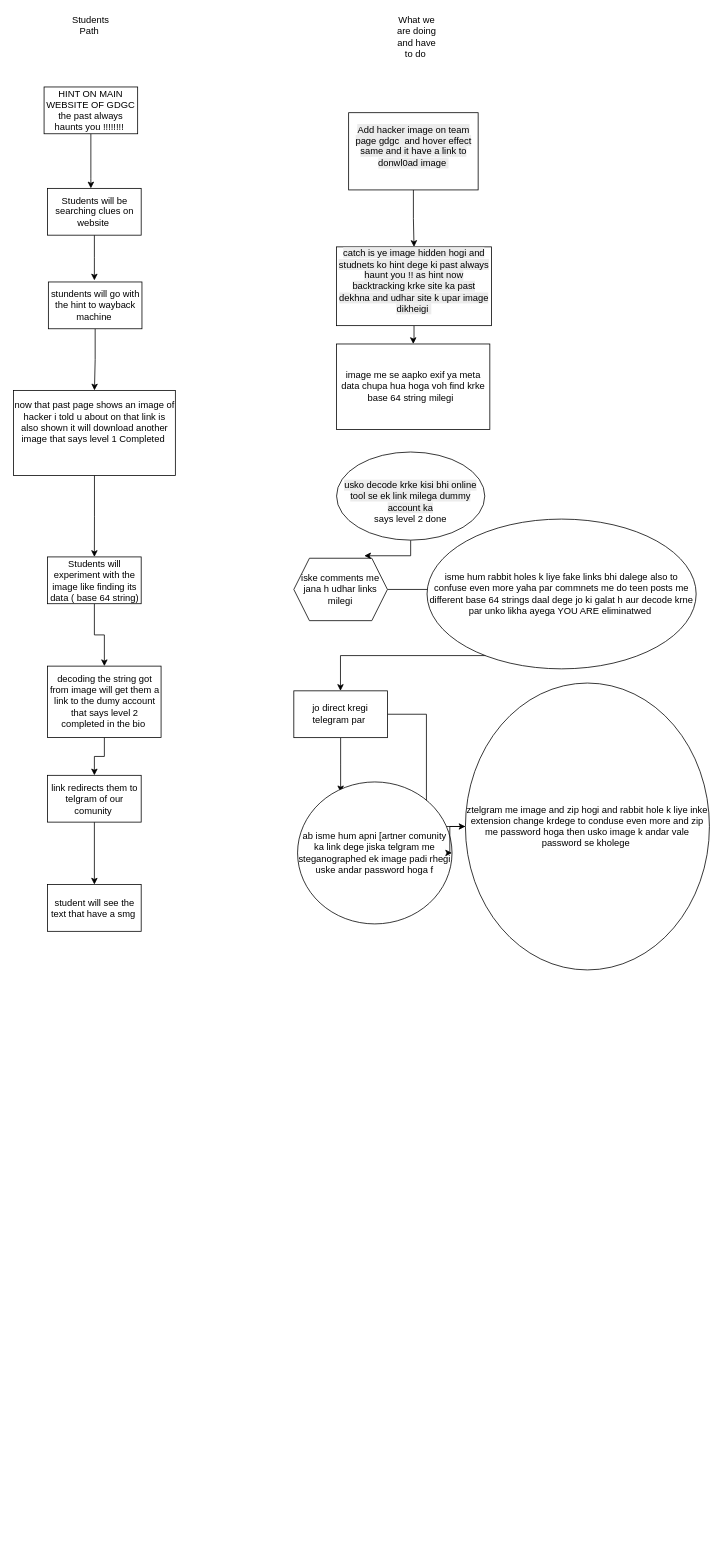
The draw.io diagram Ctf.drawio in utkarshcse2026/SWE-Lab-Sem6-, before the edit. Source tidied: cells renumbered, new cells numbered last; positions are measured from the earlier drawing's top-left corner, leaving out a move shared by most shapes. Both pictures are drawn from the tidied source at 78%, with x=0, y=0 at pixel (13, 13).
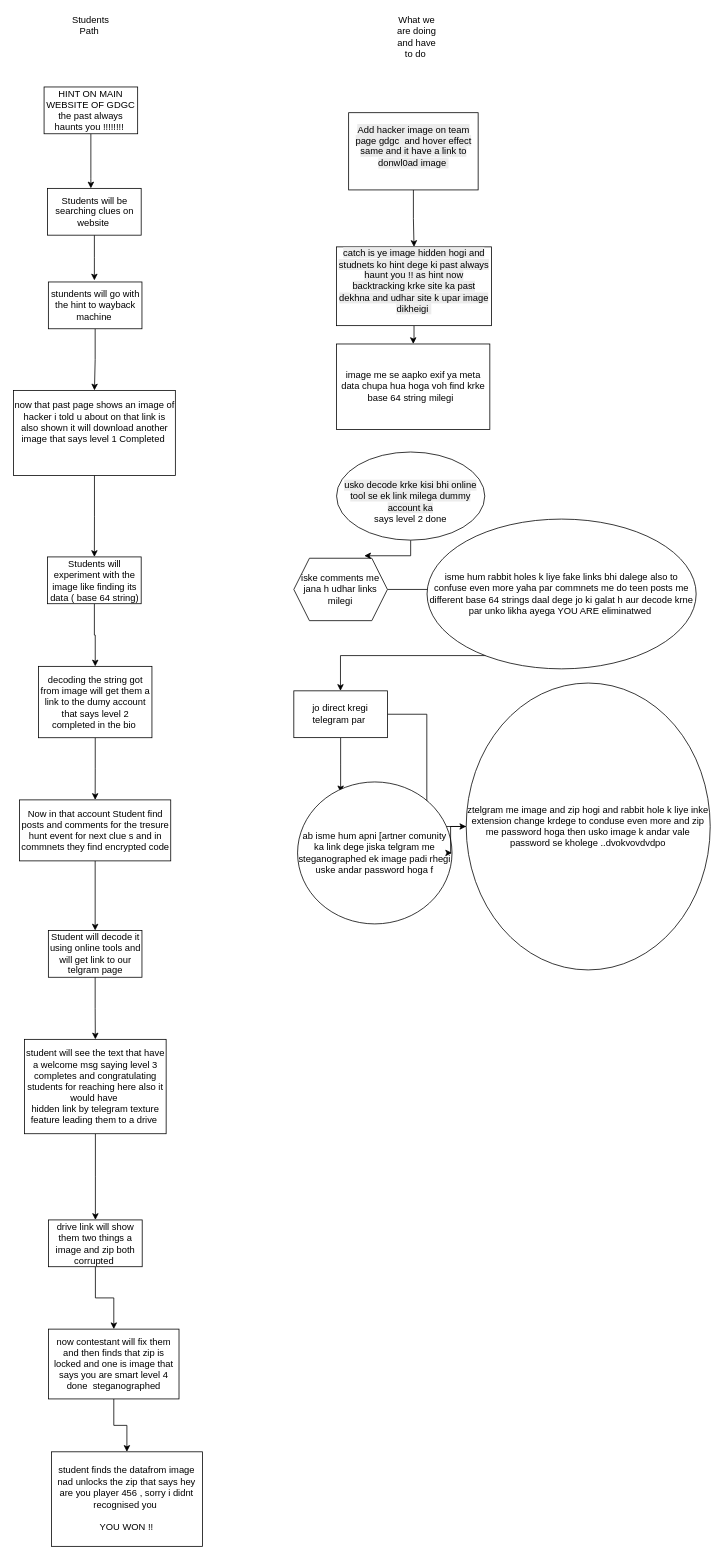
The same diagram, later.

Change to the diagram source:
```diff
@@
-    <mxCell id="14" value="ztelgram me image and zip hogi and rabbit hole k liye inke extension change krdege to conduse even more and zip me password hoga then usko image k andar vale password se kholege&amp;nbsp;" style="ellipse;whiteSpace=wrap;html=1;" parent="1" vertex="1">
-      <mxGeometry x="579.2" y="858.2" width="312.8" height="367.8" as="geometry" />
+    <mxCell id="14" value="ztelgram me image and zip hogi and rabbit hole k liye inke extension change krdege to conduse even more and zip me password hoga then usko image k andar vale password se kholege ..dvokvovdvdpo" style="ellipse;whiteSpace=wrap;html=1;" parent="1" vertex="1">
+      <mxGeometry x="580.2" y="858.2" width="312.8" height="367.8" as="geometry" />
     </mxCell>
@@
-    <mxCell id="30" style="edgeStyle=orthogonalEdgeStyle;rounded=0;jettySize=auto;html=1;" parent="1" edge="1" source="31" target="33">
-      <mxGeometry relative="1" as="geometry" />
-    </mxCell>
+    <mxCell id="35" style="edgeStyle=orthogonalEdgeStyle;rounded=0;jettySize=auto;html=1;" parent="1" edge="1" source="31" target="38">
+      <mxGeometry relative="1" as="geometry" />
+    </mxCell>
     <mxCell id="31" value="decoding the string got from image will get them a link to the dumy account that says level 2 completed in the bio&amp;nbsp;" style="whiteSpace=wrap;html=1;rounded=0;" parent="1" vertex="1">
-      <mxGeometry x="43.5" y="836.5" width="145.5" height="91.5" as="geometry" />
+      <mxGeometry x="31.8" y="836.8" width="145.5" height="91.5" as="geometry" />
     </mxCell>
-    <mxCell id="32" style="edgeStyle=orthogonalEdgeStyle;rounded=0;jettySize=auto;html=1;" parent="1" edge="1" source="33" target="34">
-      <mxGeometry relative="1" as="geometry" />
-    </mxCell>
-    <mxCell id="33" value="link redirects them to telgram of our comunity&amp;nbsp;" style="whiteSpace=wrap;html=1;rounded=0;" parent="1" vertex="1">
-      <mxGeometry x="43.5" y="976.5" width="120" height="60" as="geometry" />
-    </mxCell>
+    <mxCell id="36" style="edgeStyle=orthogonalEdgeStyle;rounded=0;jettySize=auto;html=1;" parent="1" edge="1" source="34" target="42">
+      <mxGeometry relative="1" as="geometry" />
+    </mxCell>
-    <mxCell id="34" value="student will see the text that have a smg&amp;nbsp;" style="whiteSpace=wrap;html=1;rounded=0;" parent="1" vertex="1">
-      <mxGeometry x="43.5" y="1116.5" width="120" height="60" as="geometry" />
+    <mxCell id="34" value="student will see the text that have a welcome msg saying level 3 completes and congratulating students for reaching here also it would have&amp;nbsp;&lt;br&gt;hidden link by telegram texture feature leading them to a drive&amp;nbsp;" style="whiteSpace=wrap;html=1;rounded=0;" parent="1" vertex="1">
+      <mxGeometry x="14" y="1315" width="181.5" height="121" as="geometry" />
     </mxCell>
+    <mxCell id="37" style="edgeStyle=orthogonalEdgeStyle;rounded=0;jettySize=auto;html=1;" parent="1" edge="1" source="38" target="40">
+      <mxGeometry relative="1" as="geometry" />
+    </mxCell>
+    <mxCell id="38" value="Now in that account Student find posts and comments for the tresure hunt event for next clue s and in commnets they find encrypted code" style="whiteSpace=wrap;html=1;rounded=0;" parent="1" vertex="1">
+      <mxGeometry x="7.6" y="1008" width="193.8" height="78.2" as="geometry" />
+    </mxCell>
+    <mxCell id="39" style="edgeStyle=orthogonalEdgeStyle;rounded=0;jettySize=auto;html=1;entryX=0.5;entryY=0;entryDx=0;entryDy=0;" parent="1" edge="1" source="40" target="34">
+      <mxGeometry relative="1" as="geometry" />
+    </mxCell>
+    <mxCell id="40" value="Student will decode it using online tools and will get link to our telgram page" style="whiteSpace=wrap;html=1;rounded=0;" parent="1" vertex="1">
+      <mxGeometry x="44.5" y="1175.4" width="120" height="60" as="geometry" />
+    </mxCell>
+    <mxCell id="41" style="edgeStyle=orthogonalEdgeStyle;rounded=0;jettySize=auto;html=1;" parent="1" edge="1" source="42" target="44">
+      <mxGeometry relative="1" as="geometry" />
+    </mxCell>
+    <mxCell id="42" value="drive link will show them two things a image and zip both corrupted&amp;nbsp;" style="whiteSpace=wrap;html=1;rounded=0;" parent="1" vertex="1">
+      <mxGeometry x="44.8" y="1546.5" width="120" height="60" as="geometry" />
+    </mxCell>
+    <mxCell id="43" style="edgeStyle=orthogonalEdgeStyle;rounded=0;jettySize=auto;html=1;" parent="1" edge="1" source="44" target="45">
+      <mxGeometry relative="1" as="geometry" />
+    </mxCell>
+    <mxCell id="44" value="now contestant will fix them and then finds that zip is locked and one is image that says you are smart level 4 done&amp;nbsp; steganographed" style="whiteSpace=wrap;html=1;rounded=0;" parent="1" vertex="1">
+      <mxGeometry x="44.8" y="1686.5" width="167.2" height="89.5" as="geometry" />
+    </mxCell>
+    <mxCell id="45" value="student finds the datafrom image nad unlocks the zip that says hey are you player 456 , sorry i didnt recognised you&amp;nbsp;&lt;br&gt;&lt;br&gt;YOU WON !!" style="whiteSpace=wrap;html=1;rounded=0;" parent="1" vertex="1">
+      <mxGeometry x="48.4" y="1843.8" width="193.6" height="121.2" as="geometry" />
+    </mxCell>
```
